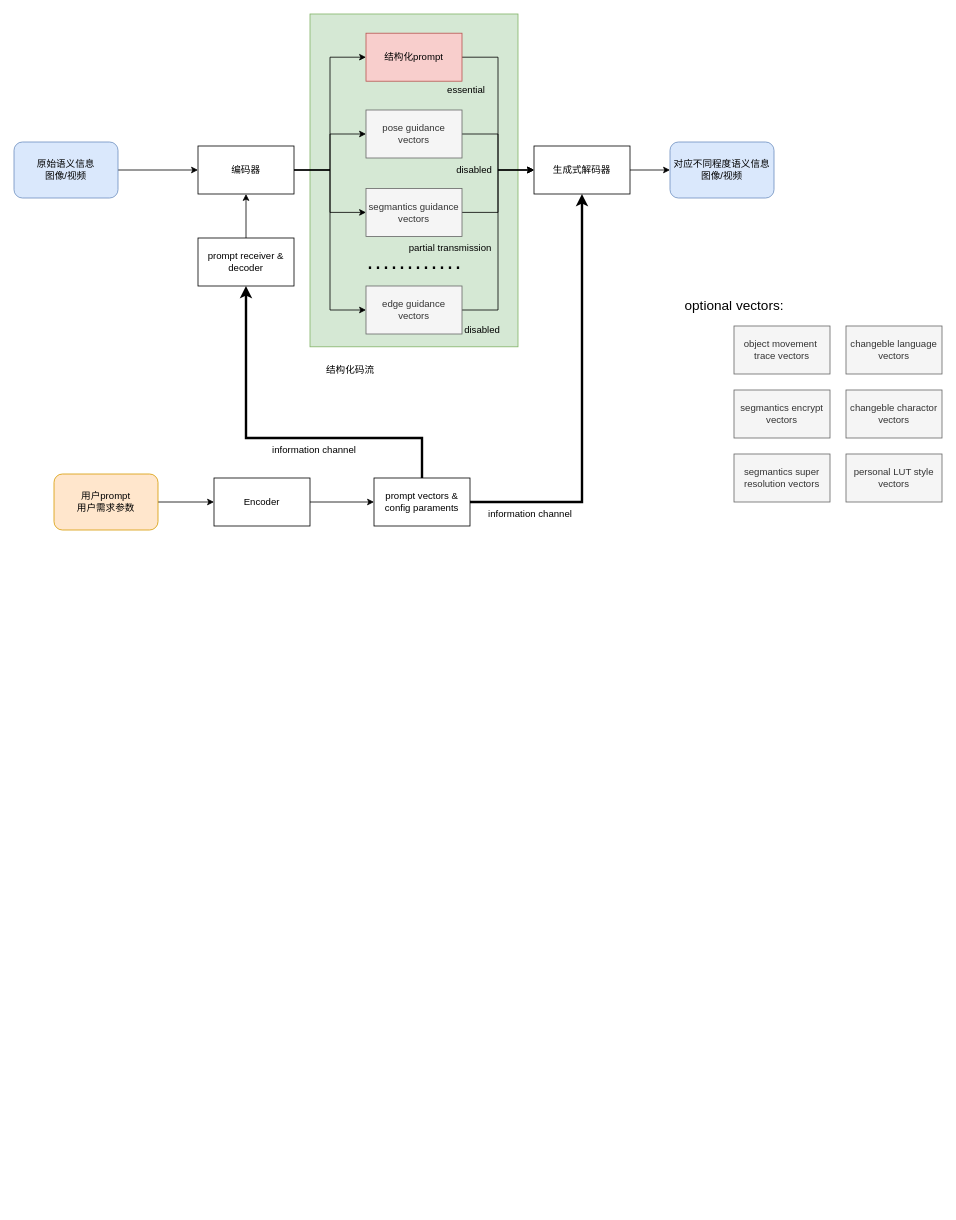
The draw.io diagram 基于生成式AI的多路径多嵌入图像视频编码系统.drawio in hrf666666/FlowCharts, before the edit. Source tidied: cells renumbered, new cells numbered last; positions are measured from the earlier drawing's top-left corner, leaving out a move shared by most shapes. Both pictures are drawn from the tidied source at 80%, with x=0, y=0 at pixel (14, 14).
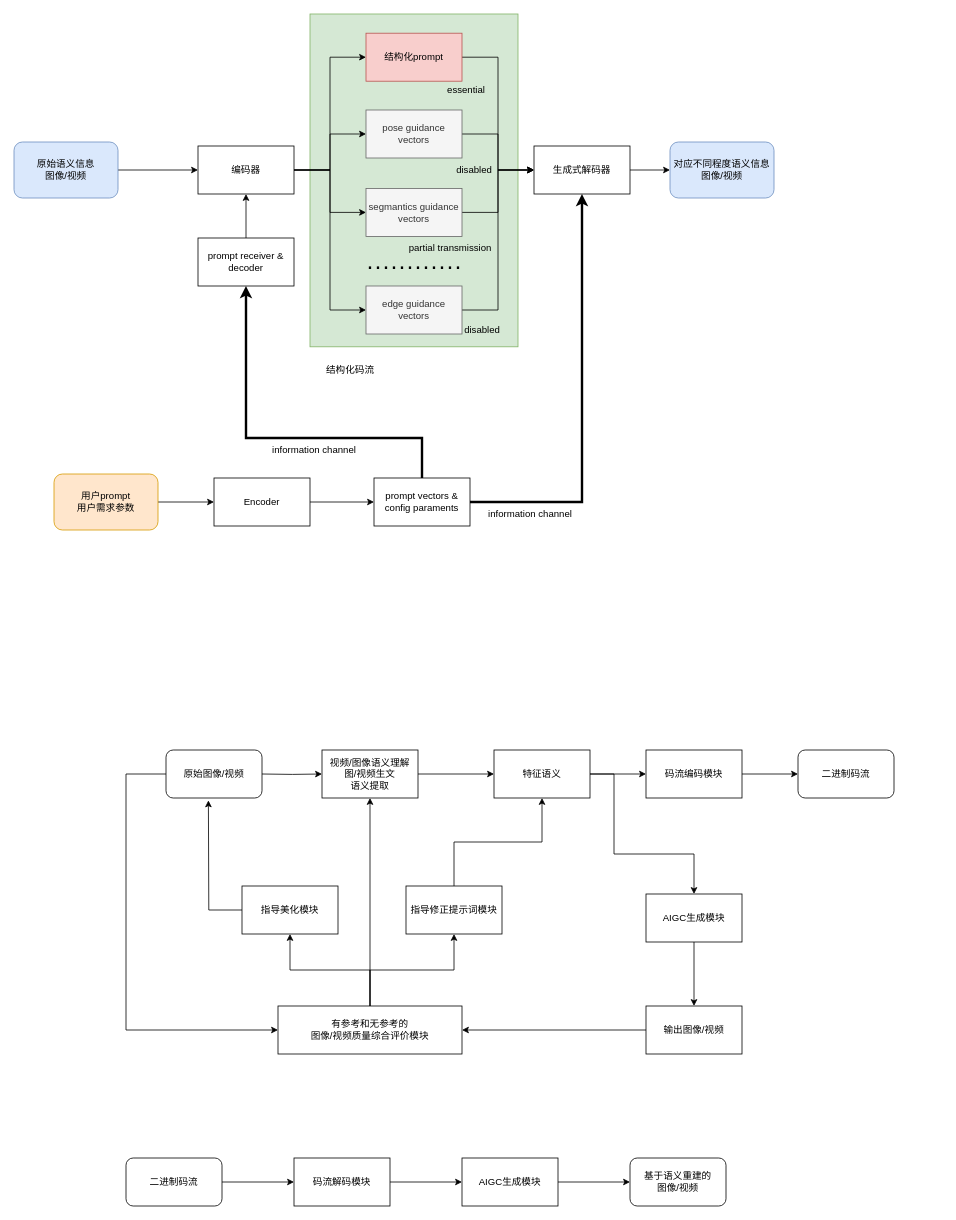
Above is the later version.

Commit message (it also covers changes not shown here):
更新基于生成式AI的多路径多嵌入图像视频编码系统.drawio

Change to the diagram source:
```diff
@@
-    <mxCell id="38" value="object movement&amp;nbsp;&lt;div&gt;trace vectors&lt;/div&gt;" style="rounded=0;whiteSpace=wrap;html=1;fillColor=#f5f5f5;fontColor=#333333;strokeColor=#666666;" parent="1" vertex="1">
-      <mxGeometry x="900" y="390" width="120" height="60" as="geometry" />
-    </mxCell>
-    <mxCell id="39" value="segmantics encrypt&lt;div&gt;vectors&lt;/div&gt;" style="rounded=0;whiteSpace=wrap;html=1;fillColor=#f5f5f5;fontColor=#333333;strokeColor=#666666;" parent="1" vertex="1">
-      <mxGeometry x="900" y="470" width="120" height="60" as="geometry" />
-    </mxCell>
-    <mxCell id="40" value="segmantics super&lt;div&gt;resolution vectors&lt;/div&gt;" style="rounded=0;whiteSpace=wrap;html=1;fillColor=#f5f5f5;fontColor=#333333;strokeColor=#666666;" parent="1" vertex="1">
-      <mxGeometry x="900" y="550" width="120" height="60" as="geometry" />
-    </mxCell>
-    <mxCell id="41" value="&lt;font style=&quot;font-size: 17px;&quot;&gt;optional vectors:&lt;/font&gt;" style="text;html=1;align=center;verticalAlign=middle;strokeColor=none;fillColor=none;" parent="1" vertex="1">
-      <mxGeometry x="825" y="350" width="150" height="30" as="geometry" />
-    </mxCell>
-    <mxCell id="42" value="&lt;div&gt;changeble language vectors&lt;/div&gt;" style="rounded=0;whiteSpace=wrap;html=1;fillColor=#f5f5f5;fontColor=#333333;strokeColor=#666666;" parent="1" vertex="1">
-      <mxGeometry x="1040" y="390" width="120" height="60" as="geometry" />
-    </mxCell>
-    <mxCell id="43" value="&lt;div&gt;changeble charactor vectors&lt;/div&gt;" style="rounded=0;whiteSpace=wrap;html=1;fillColor=#f5f5f5;fontColor=#333333;strokeColor=#666666;" parent="1" vertex="1">
-      <mxGeometry x="1040" y="470" width="120" height="60" as="geometry" />
-    </mxCell>
-    <mxCell id="44" value="&lt;div&gt;personal LUT style vectors&lt;/div&gt;" style="rounded=0;whiteSpace=wrap;html=1;fillColor=#f5f5f5;fontColor=#333333;strokeColor=#666666;" parent="1" vertex="1">
-      <mxGeometry x="1040" y="550" width="120" height="60" as="geometry" />
-    </mxCell>
+    <mxCell id="45" style="edgeStyle=orthogonalEdgeStyle;rounded=0;jettySize=auto;html=1;entryX=0;entryY=0.5;entryDx=0;entryDy=0;" parent="1" edge="1" target="48">
+      <mxGeometry relative="1" as="geometry">
+        <mxPoint x="310" y="950" as="sourcePoint" />
+      </mxGeometry>
+    </mxCell>
+    <mxCell id="46" style="edgeStyle=orthogonalEdgeStyle;rounded=0;jettySize=auto;html=1;entryX=0;entryY=0.5;entryDx=0;entryDy=0;" parent="1" edge="1" target="61">
+      <mxGeometry relative="1" as="geometry">
+        <mxPoint x="190" y="950" as="sourcePoint" />
+        <Array as="points">
+          <mxPoint x="140" y="950" />
+          <mxPoint x="140" y="1270" />
+        </Array>
+      </mxGeometry>
+    </mxCell>
+    <mxCell id="47" style="edgeStyle=orthogonalEdgeStyle;rounded=0;jettySize=auto;html=1;entryX=0;entryY=0.5;entryDx=0;entryDy=0;" parent="1" edge="1" source="48" target="51">
+      <mxGeometry relative="1" as="geometry" />
+    </mxCell>
+    <mxCell id="48" value="视频/图像语义理解&lt;div&gt;图/视频生文&lt;/div&gt;&lt;div&gt;语义提取&lt;/div&gt;" style="rounded=0;whiteSpace=wrap;html=1;" parent="1" vertex="1">
+      <mxGeometry x="385" y="920" width="120" height="60" as="geometry" />
+    </mxCell>
+    <mxCell id="49" style="edgeStyle=orthogonalEdgeStyle;rounded=0;jettySize=auto;html=1;entryX=0;entryY=0.5;entryDx=0;entryDy=0;" parent="1" edge="1" source="51" target="53">
+      <mxGeometry relative="1" as="geometry" />
+    </mxCell>
+    <mxCell id="50" style="edgeStyle=orthogonalEdgeStyle;rounded=0;jettySize=auto;html=1;entryX=0.5;entryY=0;entryDx=0;entryDy=0;" parent="1" edge="1" source="51" target="63">
+      <mxGeometry relative="1" as="geometry">
+        <Array as="points">
+          <mxPoint x="750" y="950" />
+          <mxPoint x="750" y="1050" />
+          <mxPoint x="850" y="1050" />
+        </Array>
+      </mxGeometry>
+    </mxCell>
+    <mxCell id="51" value="特征语义" style="rounded=0;whiteSpace=wrap;html=1;" parent="1" vertex="1">
+      <mxGeometry x="600" y="920" width="120" height="60" as="geometry" />
+    </mxCell>
+    <mxCell id="52" style="edgeStyle=orthogonalEdgeStyle;rounded=0;jettySize=auto;html=1;entryX=0;entryY=0.5;entryDx=0;entryDy=0;" parent="1" edge="1" source="53" target="66">
+      <mxGeometry relative="1" as="geometry" />
+    </mxCell>
+    <mxCell id="53" value="码流编码模块" style="rounded=0;whiteSpace=wrap;html=1;" parent="1" vertex="1">
+      <mxGeometry x="790" y="920" width="120" height="60" as="geometry" />
+    </mxCell>
+    <mxCell id="54" value="指导美化模块" style="rounded=0;whiteSpace=wrap;html=1;" parent="1" vertex="1">
+      <mxGeometry x="285" y="1090" width="120" height="60" as="geometry" />
+    </mxCell>
+    <mxCell id="55" style="edgeStyle=orthogonalEdgeStyle;rounded=0;jettySize=auto;html=1;entryX=0.5;entryY=1;entryDx=0;entryDy=0;" parent="1" edge="1" source="56" target="51">
+      <mxGeometry relative="1" as="geometry" />
+    </mxCell>
+    <mxCell id="56" value="指导修正提示词模块" style="rounded=0;whiteSpace=wrap;html=1;" parent="1" vertex="1">
+      <mxGeometry x="490" y="1090" width="120" height="60" as="geometry" />
+    </mxCell>
+    <mxCell id="57" style="edgeStyle=orthogonalEdgeStyle;rounded=0;jettySize=auto;html=1;entryX=0.442;entryY=1.05;entryDx=0;entryDy=0;entryPerimeter=0;" parent="1" edge="1" source="54">
+      <mxGeometry relative="1" as="geometry">
+        <mxPoint x="243" y="983" as="targetPoint" />
+      </mxGeometry>
+    </mxCell>
+    <mxCell id="58" style="edgeStyle=orthogonalEdgeStyle;rounded=0;jettySize=auto;html=1;" parent="1" edge="1" source="61" target="48">
+      <mxGeometry relative="1" as="geometry" />
+    </mxCell>
+    <mxCell id="59" style="edgeStyle=orthogonalEdgeStyle;rounded=0;jettySize=auto;html=1;entryX=0.5;entryY=1;entryDx=0;entryDy=0;" parent="1" edge="1" source="61" target="54">
+      <mxGeometry relative="1" as="geometry" />
+    </mxCell>
+    <mxCell id="60" style="edgeStyle=orthogonalEdgeStyle;rounded=0;jettySize=auto;html=1;entryX=0.5;entryY=1;entryDx=0;entryDy=0;" parent="1" edge="1" source="61" target="56">
+      <mxGeometry relative="1" as="geometry" />
+    </mxCell>
+    <mxCell id="61" value="有参考和无参考的&lt;div&gt;图像/视频质量综合评价模块&lt;/div&gt;" style="rounded=0;whiteSpace=wrap;html=1;" parent="1" vertex="1">
+      <mxGeometry x="330" y="1240" width="230" height="60" as="geometry" />
+    </mxCell>
+    <mxCell id="62" style="edgeStyle=orthogonalEdgeStyle;rounded=0;jettySize=auto;html=1;entryX=0.5;entryY=0;entryDx=0;entryDy=0;" parent="1" edge="1" source="63" target="65">
+      <mxGeometry relative="1" as="geometry" />
+    </mxCell>
+    <mxCell id="63" value="AIGC生成模块" style="rounded=0;whiteSpace=wrap;html=1;" parent="1" vertex="1">
+      <mxGeometry x="790" y="1100" width="120" height="60" as="geometry" />
+    </mxCell>
+    <mxCell id="64" style="edgeStyle=orthogonalEdgeStyle;rounded=0;jettySize=auto;html=1;entryX=1;entryY=0.5;entryDx=0;entryDy=0;" parent="1" edge="1" source="65" target="61">
+      <mxGeometry relative="1" as="geometry" />
+    </mxCell>
+    <mxCell id="65" value="输出图像/视频" style="rounded=0;whiteSpace=wrap;html=1;" parent="1" vertex="1">
+      <mxGeometry x="790" y="1240" width="120" height="60" as="geometry" />
+    </mxCell>
+    <mxCell id="66" value="二进制码流" style="rounded=1;whiteSpace=wrap;html=1;" parent="1" vertex="1">
+      <mxGeometry x="980" y="920" width="120" height="60" as="geometry" />
+    </mxCell>
+    <mxCell id="67" style="edgeStyle=orthogonalEdgeStyle;rounded=0;jettySize=auto;html=1;entryX=0;entryY=0.5;entryDx=0;entryDy=0;" parent="1" edge="1" source="68" target="70">
+      <mxGeometry relative="1" as="geometry" />
+    </mxCell>
+    <mxCell id="68" value="二进制码流" style="rounded=1;whiteSpace=wrap;html=1;" parent="1" vertex="1">
+      <mxGeometry x="140" y="1430" width="120" height="60" as="geometry" />
+    </mxCell>
+    <mxCell id="69" style="edgeStyle=orthogonalEdgeStyle;rounded=0;jettySize=auto;html=1;entryX=0;entryY=0.5;entryDx=0;entryDy=0;" parent="1" edge="1" source="70" target="72">
+      <mxGeometry relative="1" as="geometry" />
+    </mxCell>
+    <mxCell id="70" value="码流解码模块" style="rounded=0;whiteSpace=wrap;html=1;" parent="1" vertex="1">
+      <mxGeometry x="350" y="1430" width="120" height="60" as="geometry" />
+    </mxCell>
+    <mxCell id="71" style="edgeStyle=orthogonalEdgeStyle;rounded=0;jettySize=auto;html=1;entryX=0;entryY=0.5;entryDx=0;entryDy=0;" parent="1" edge="1" source="72" target="73">
+      <mxGeometry relative="1" as="geometry" />
+    </mxCell>
+    <mxCell id="72" value="AIGC生成模块" style="rounded=0;whiteSpace=wrap;html=1;" parent="1" vertex="1">
+      <mxGeometry x="560" y="1430" width="120" height="60" as="geometry" />
+    </mxCell>
+    <mxCell id="73" value="基于语义重建的&lt;div&gt;图像/视频&lt;/div&gt;" style="rounded=1;whiteSpace=wrap;html=1;" parent="1" vertex="1">
+      <mxGeometry x="770" y="1430" width="120" height="60" as="geometry" />
+    </mxCell>
+    <mxCell id="74" value="原始图像/视频" style="rounded=1;whiteSpace=wrap;html=1;" parent="1" vertex="1">
+      <mxGeometry x="190" y="920" width="120" height="60" as="geometry" />
+    </mxCell>
```
